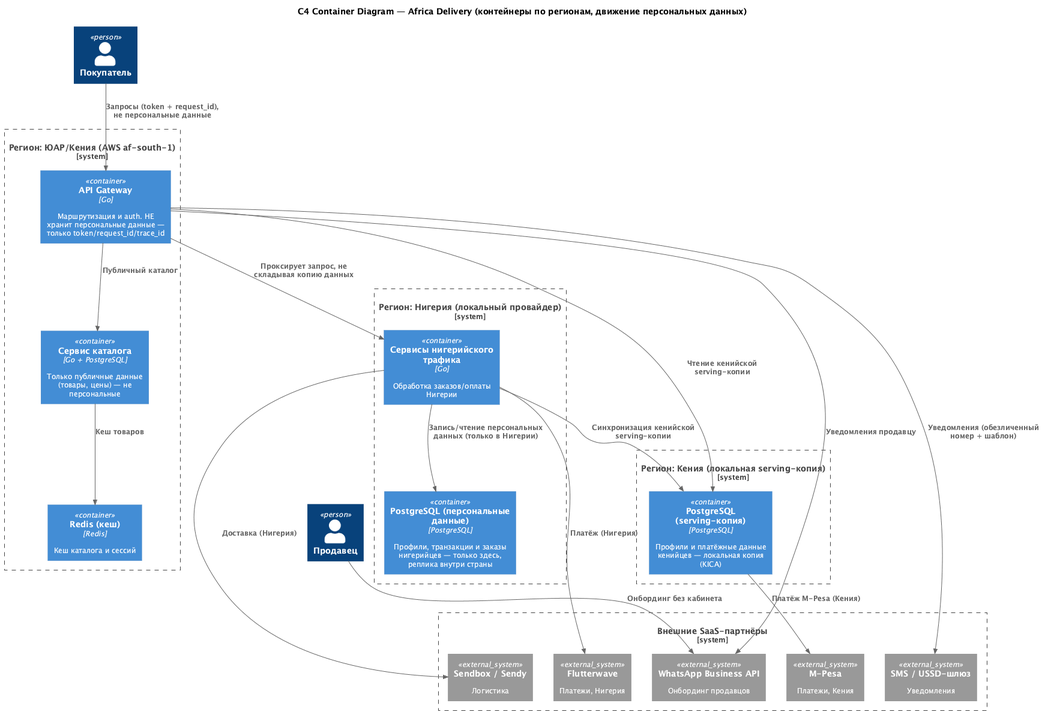
Zemond/Africa_Delivery keeps this PlantUML diagram as Task4/c4-container.png. Above is the earlier version.
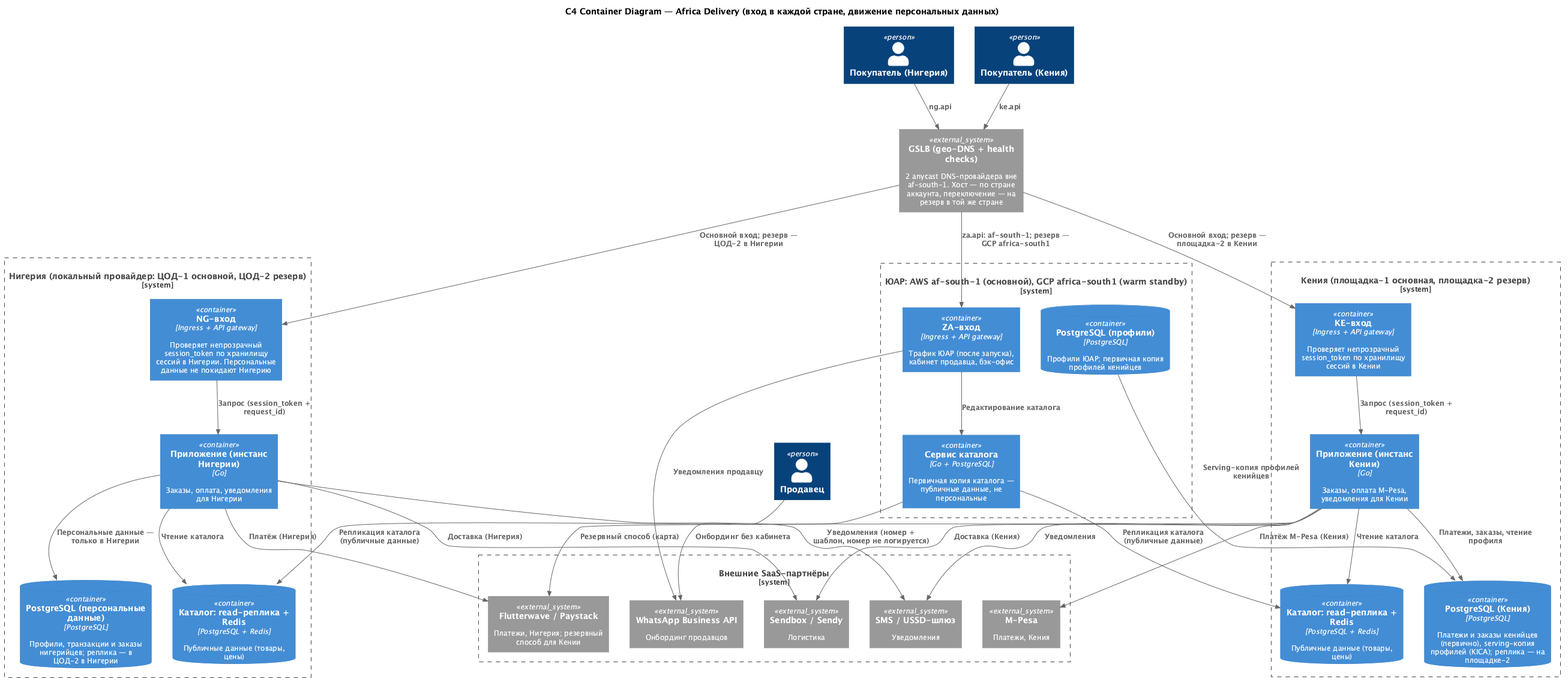
The same diagram one commit later.

Change to the diagram source:
```diff
@@ -3,45 +3,64 @@
 skinparam defaultFontSize 12
 skinparam backgroundColor #FFFFFF
 
-title C4 Container Diagram — Africa Delivery (контейнеры по регионам, движение персональных данных)
+title C4 Container Diagram — Africa Delivery (вход в каждой стране, движение персональных данных)
 
-Person(customer, "Покупатель", "")
+Person(customer_ng, "Покупатель (Нигерия)", "")
+Person(customer_ke, "Покупатель (Кения)", "")
 Person(seller, "Продавец", "")
 
-System_Boundary(za, "Регион: ЮАР/Кения (AWS af-south-1)") {
-  Container(api, "API Gateway", "Go", "Маршрутизация и auth. НЕ хранит персональные данные — только token/request_id/trace_id")
-  Container(catalog, "Сервис каталога", "Go + PostgreSQL", "Только публичные данные (товары, цены) — не персональные")
-  Container(cache, "Redis (кеш)", "Redis", "Кеш каталога и сессий")
+System_Ext(gslb, "GSLB (geo-DNS + health checks)", "2 anycast DNS-провайдера вне af-south-1. Хост — по стране аккаунта, переключение — на резерв в той же стране")
+
+System_Boundary(ng, "Нигерия (локальный провайдер: ЦОД-1 основной, ЦОД-2 резерв)") {
+  Container(ngin, "NG-вход", "Ingress + API gateway", "Проверяет непрозрачный session_token по хранилищу сессий в Нигерии. Персональные данные не покидают Нигерию")
+  Container(ngsvc, "Приложение (инстанс Нигерии)", "Go", "Заказы, оплата, уведомления для Нигерии")
+  ContainerDb(ngdb, "PostgreSQL (персональные данные)", "PostgreSQL", "Профили, транзакции и заказы нигерийцев; реплика — в ЦОД-2 в Нигерии")
+  ContainerDb(ngcat, "Каталог: read-реплика + Redis", "PostgreSQL + Redis", "Публичные данные (товары, цены)")
 }
 
-System_Boundary(ng, "Регион: Нигерия (локальный провайдер)") {
-  Container(ngdb, "PostgreSQL (персональные данные)", "PostgreSQL", "Профили, транзакции и заказы нигерийцев — только здесь, реплика внутри страны")
-  Container(ngsvc, "Сервисы нигерийского трафика", "Go", "Обработка заказов/оплаты Нигерии")
+System_Boundary(ke, "Кения (площадка-1 основная, площадка-2 резерв)") {
+  Container(kein, "KE-вход", "Ingress + API gateway", "Проверяет непрозрачный session_token по хранилищу сессий в Кении")
+  Container(kesvc, "Приложение (инстанс Кении)", "Go", "Заказы, оплата M-Pesa, уведомления для Кении")
+  ContainerDb(kedb, "PostgreSQL (Кения)", "PostgreSQL", "Платежи и заказы кенийцев (первично), serving-копия профилей (KICA); реплика — на площадке-2")
+  ContainerDb(kecat, "Каталог: read-реплика + Redis", "PostgreSQL + Redis", "Публичные данные (товары, цены)")
 }
 
-System_Boundary(ke, "Регион: Кения (локальная serving-копия)") {
-  Container(kedb, "PostgreSQL (serving-копия)", "PostgreSQL", "Профили и платёжные данные кенийцев — локальная копия (KICA)")
+System_Boundary(za, "ЮАР: AWS af-south-1 (основной), GCP africa-south1 (warm standby)") {
+  Container(zain, "ZA-вход", "Ingress + API gateway", "Трафик ЮАР (после запуска), кабинет продавца, бэк-офис")
+  Container(catalog, "Сервис каталога", "Go + PostgreSQL", "Первичная копия каталога — публичные данные, не персональные")
+  ContainerDb(zadb, "PostgreSQL (профили)", "PostgreSQL", "Профили ЮАР; первичная копия профилей кенийцев")
 }
 
 System_Boundary(ext, "Внешние SaaS-партнёры") {
   System_Ext(mpesa, "M-Pesa", "Платежи, Кения")
-  System_Ext(flutterwave, "Flutterwave", "Платежи, Нигерия")
+  System_Ext(flutterwave, "Flutterwave / Paystack", "Платежи, Нигерия; резервный способ для Кении")
   System_Ext(sendbox, "Sendbox / Sendy", "Логистика")
   System_Ext(smsgw, "SMS / USSD-шлюз", "Уведомления")
   System_Ext(whatsapp, "WhatsApp Business API", "Онбординг продавцов")
 }
 
-Rel(customer, api, "Запросы (token + request_id), не персональные данные")
+Rel(customer_ng, gslb, "ng.api")
+Rel(customer_ke, gslb, "ke.api")
+Rel(gslb, ngin, "Основной вход; резерв — ЦОД-2 в Нигерии")
+Rel(gslb, kein, "Основной вход; резерв — площадка-2 в Кении")
+Rel(gslb, zain, "za.api: af-south-1; резерв — GCP africa-south1")
 Rel(seller, whatsapp, "Онбординг без кабинета")
-Rel(api, catalog, "Публичный каталог")
-Rel(catalog, cache, "Кеш товаров")
-Rel(api, ngsvc, "Проксирует запрос, не складывая копию данных")
-Rel(ngsvc, ngdb, "Запись/чтение персональных данных (только в Нигерии)")
+Rel(ngin, ngsvc, "Запрос (session_token + request_id)")
+Rel(ngsvc, ngdb, "Персональные данные — только в Нигерии")
+Rel(ngsvc, ngcat, "Чтение каталога")
+Rel(kein, kesvc, "Запрос (session_token + request_id)")
+Rel(kesvc, kedb, "Платежи, заказы, чтение профиля")
+Rel(kesvc, kecat, "Чтение каталога")
+Rel(zain, catalog, "Редактирование каталога")
+Rel(catalog, ngcat, "Репликация каталога (публичные данные)")
+Rel(catalog, kecat, "Репликация каталога (публичные данные)")
+Rel(zadb, kedb, "Serving-копия профилей кенийцев")
 Rel(ngsvc, flutterwave, "Платёж (Нигерия)")
+Rel(kesvc, mpesa, "Платёж M-Pesa (Кения)")
+Rel(kesvc, flutterwave, "Резервный способ (карта)")
 Rel(ngsvc, sendbox, "Доставка (Нигерия)")
-Rel(api, kedb, "Чтение кенийской serving-копии")
-Rel(ngsvc, kedb, "Синхронизация кенийской serving-копии")
-Rel(kedb, mpesa, "Платёж M-Pesa (Кения)")
-Rel(api, smsgw, "Уведомления (обезличенный номер + шаблон)")
-Rel(api, whatsapp, "Уведомления продавцу")
+Rel(kesvc, sendbox, "Доставка (Кения)")
+Rel(ngsvc, smsgw, "Уведомления (номер + шаблон, номер не логируется)")
+Rel(kesvc, smsgw, "Уведомления")
+Rel(zain, whatsapp, "Уведомления продавцу")
 @enduml
```
